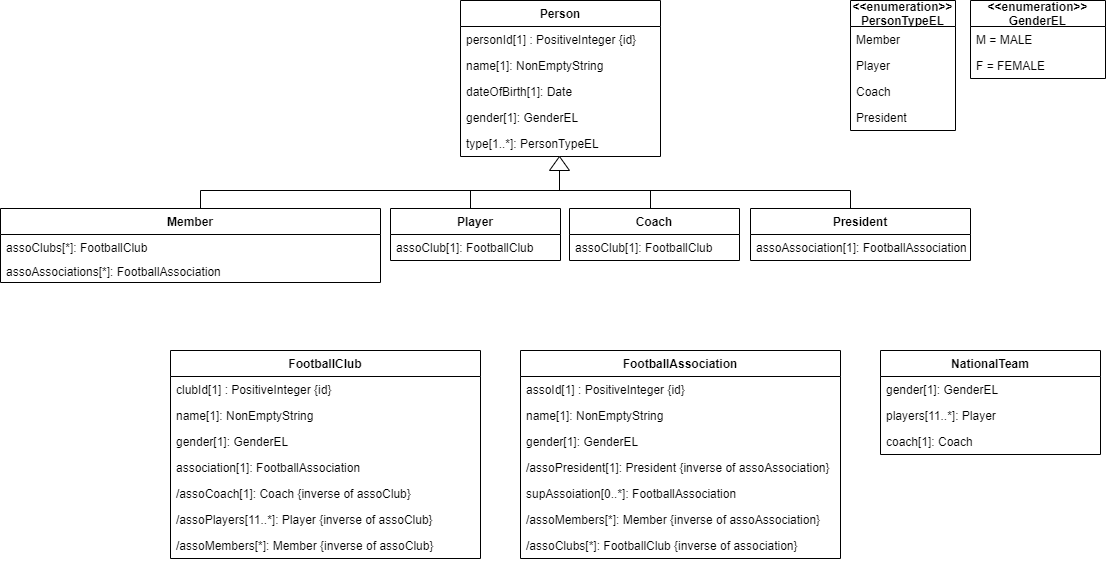
Bergmann97/DFB_Webapp keeps this draw.io diagram as design_model.png. Above is the earlier version. Source tidied: cells renumbered, new cells last; positions are measured from the earlier drawing's top-left corner, leaving out a move shared by most shapes.
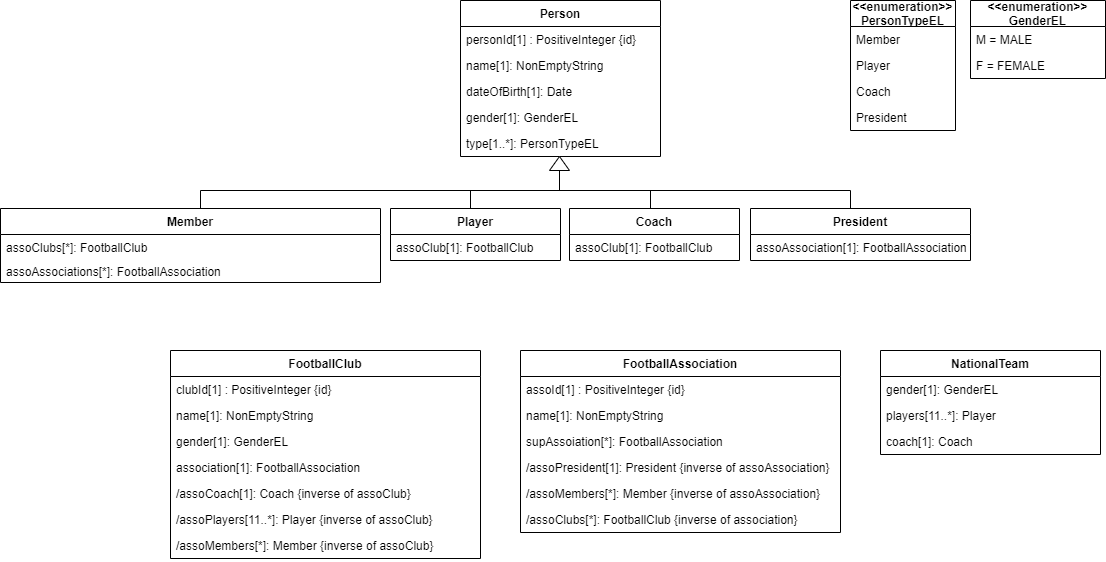
The same file after the commit.

The edit, as a diff of the source:
```diff
@@ -111,7 +111,7 @@
       <mxGeometry y="182" width="310" height="26" as="geometry" />
     </mxCell>
     <mxCell id="37" value="FootballAssociation" style="swimlane;fontStyle=1;horizontal=1;startSize=26;strokeWidth=1;" parent="1" vertex="1">
-      <mxGeometry x="520" y="350" width="320" height="208" as="geometry" />
+      <mxGeometry x="520" y="350" width="320" height="182" as="geometry" />
     </mxCell>
     <mxCell id="38" value="assoId[1] : PositiveInteger {id}" style="text;strokeColor=none;fillColor=none;align=left;verticalAlign=top;spacingLeft=4;spacingRight=4;overflow=hidden;" parent="37" vertex="1">
       <mxGeometry y="26" width="320" height="26" as="geometry" />
@@ -119,20 +119,17 @@
     <mxCell id="39" value="name[1]: NonEmptyString" style="text;strokeColor=none;fillColor=none;align=left;verticalAlign=top;spacingLeft=4;spacingRight=4;overflow=hidden;" parent="37" vertex="1">
       <mxGeometry y="52" width="320" height="26" as="geometry" />
     </mxCell>
-    <mxCell id="40" value="gender[1]: GenderEL" style="text;strokeColor=none;fillColor=none;align=left;verticalAlign=top;spacingLeft=4;spacingRight=4;overflow=hidden;" parent="37" vertex="1">
-      <mxGeometry y="78" width="320" height="26" as="geometry" />
-    </mxCell>
+    <mxCell id="42" value="supAssoiation[*]: FootballAssociation" style="text;strokeColor=none;fillColor=none;align=left;verticalAlign=top;spacingLeft=4;spacingRight=4;overflow=hidden;" parent="37" vertex="1">
+      <mxGeometry y="78" width="320" height="26" as="geometry" />
+    </mxCell>
     <mxCell id="41" value="/assoPresident[1]: President {inverse of assoAssociation}" style="text;strokeColor=none;fillColor=none;align=left;verticalAlign=top;spacingLeft=4;spacingRight=4;overflow=hidden;" parent="37" vertex="1">
       <mxGeometry y="104" width="320" height="26" as="geometry" />
     </mxCell>
-    <mxCell id="42" value="supAssoiation[0..*]: FootballAssociation" style="text;strokeColor=none;fillColor=none;align=left;verticalAlign=top;spacingLeft=4;spacingRight=4;overflow=hidden;" parent="37" vertex="1">
-      <mxGeometry y="130" width="320" height="26" as="geometry" />
-    </mxCell>
     <mxCell id="43" value="/assoMembers[*]: Member {inverse of assoAssociation}" style="text;strokeColor=none;fillColor=none;align=left;verticalAlign=top;spacingLeft=4;spacingRight=4;overflow=hidden;" parent="37" vertex="1">
-      <mxGeometry y="156" width="320" height="26" as="geometry" />
+      <mxGeometry y="130" width="320" height="26" as="geometry" />
     </mxCell>
     <mxCell id="44" value="/assoClubs[*]: FootballClub {inverse of association}" style="text;strokeColor=none;fillColor=none;align=left;verticalAlign=top;spacingLeft=4;spacingRight=4;overflow=hidden;" parent="37" vertex="1">
-      <mxGeometry y="182" width="320" height="26" as="geometry" />
+      <mxGeometry y="156" width="320" height="26" as="geometry" />
     </mxCell>
     <mxCell id="45" value="NationalTeam" style="swimlane;fontStyle=1;horizontal=1;startSize=26;strokeWidth=1;" parent="1" vertex="1">
       <mxGeometry x="880" y="350" width="220" height="104" as="geometry" />
```
